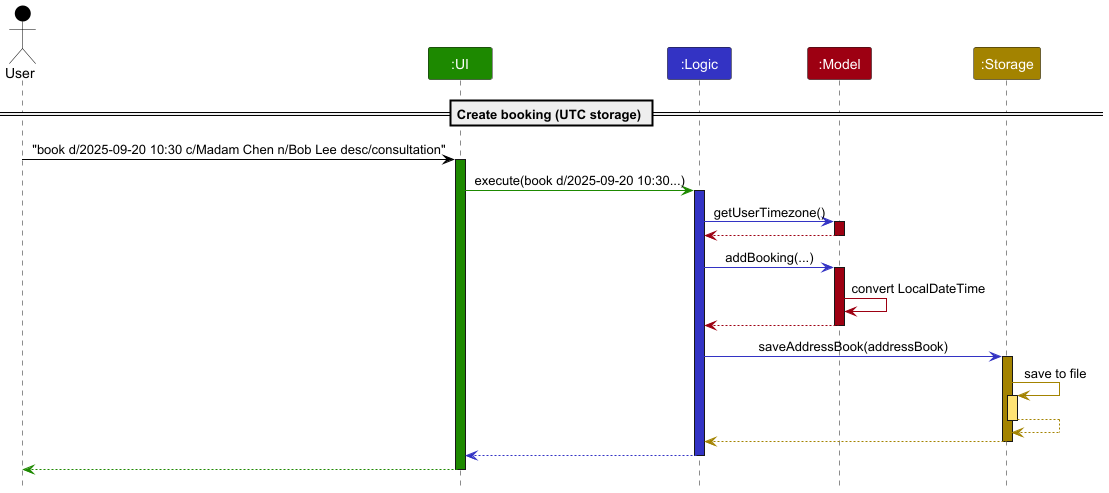
Above: docs/images/TimeZoneCreateBookingSequence.png in tathan08/tp (PlantUML), before the change. The source it was exported from:
```plantuml
@startuml
!include style.puml
skinparam ArrowFontStyle plain

Actor User as user USER_COLOR
Participant ":UI" as ui UI_COLOR
Participant ":Logic" as logic LOGIC_COLOR
Participant ":Model" as model MODEL_COLOR
Participant ":Storage" as storage STORAGE_COLOR


== Create booking (UTC storage) ==


user -[USER_COLOR]> ui : "book d/2025-09-20 10:30 c/Madam Chen n/Bob Lee desc/consultation"
activate ui UI_COLOR

ui -[UI_COLOR]> logic : execute(book d/2025-09-20 10:30...)
activate logic LOGIC_COLOR

logic -[LOGIC_COLOR]> model : getUserTimezone()
activate model MODEL_COLOR
model -[MODEL_COLOR]-> logic :
deactivate model

logic -[LOGIC_COLOR]> model : addBooking(...)
activate model MODEL_COLOR

model -[MODEL_COLOR]> model : convert LocalDateTime
model -[MODEL_COLOR]-> logic :
deactivate model

logic -[LOGIC_COLOR]> storage : saveAddressBook(addressBook)
activate storage STORAGE_COLOR
storage -[STORAGE_COLOR]> storage : save to file
activate storage STORAGE_COLOR_T1
storage --[STORAGE_COLOR]> storage
deactivate storage
storage --[STORAGE_COLOR]> logic :
deactivate storage

logic --[LOGIC_COLOR]> ui :
deactivate logic

ui --[UI_COLOR]> user :
deactivate ui

@enduml
```
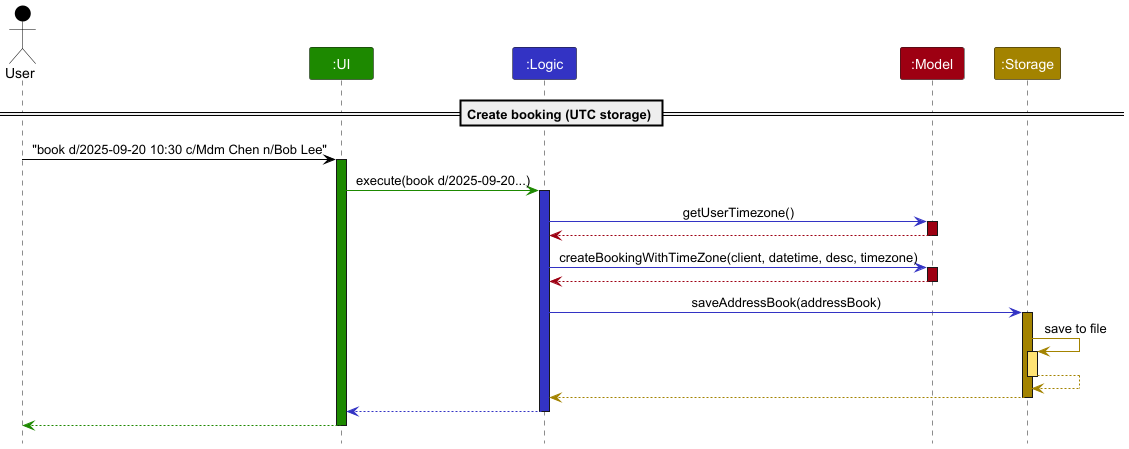
Above is the later version.

Commit message:
Update UML for proposed features

The edit, as a diff of the source:
```diff
@@ -12,10 +12,10 @@
 == Create booking (UTC storage) ==
 
 
-user -[USER_COLOR]> ui : "book d/2025-09-20 10:30 c/Madam Chen n/Bob Lee desc/consultation"
+user -[USER_COLOR]> ui : "book d/2025-09-20 10:30 c/Mdm Chen n/Bob Lee"
 activate ui UI_COLOR
 
-ui -[UI_COLOR]> logic : execute(book d/2025-09-20 10:30...)
+ui -[UI_COLOR]> logic : execute(book d/2025-09-20...)
 activate logic LOGIC_COLOR
 
 logic -[LOGIC_COLOR]> model : getUserTimezone()
@@ -23,10 +23,9 @@
 model -[MODEL_COLOR]-> logic :
 deactivate model
 
-logic -[LOGIC_COLOR]> model : addBooking(...)
+logic -[LOGIC_COLOR]> model : createBookingWithTimeZone(client, datetime, desc, timezone)
 activate model MODEL_COLOR
 
-model -[MODEL_COLOR]> model : convert LocalDateTime
 model -[MODEL_COLOR]-> logic :
 deactivate model
 
```
